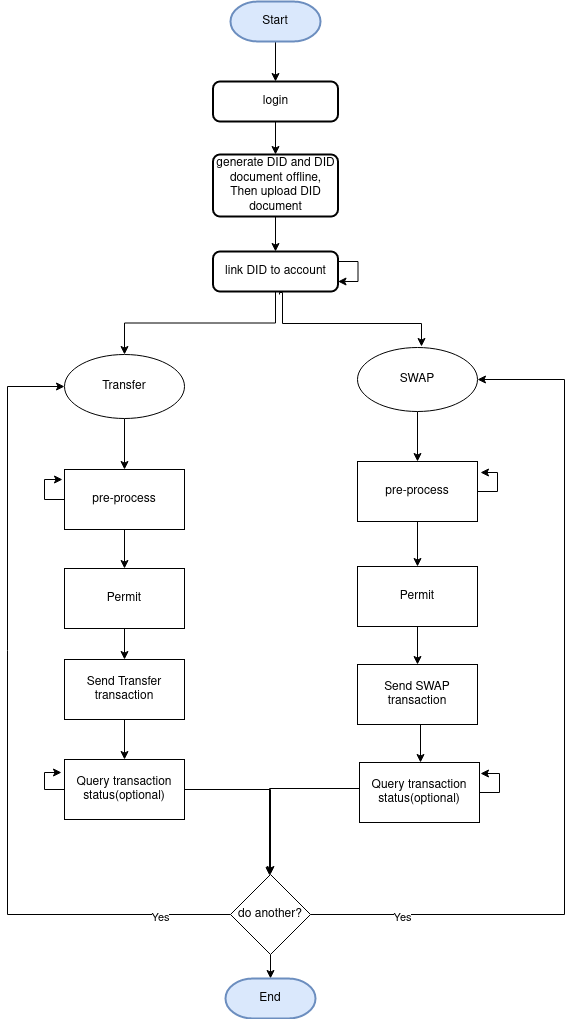
This is media/api_image1.png from UDPN/BN-Sandbox-selfservice-public, a draw.io export, as it was before one commit. Source tidied: cells renumbered, new cells last; positions are measured from the earlier drawing's top-left corner, leaving out a move shared by most shapes.
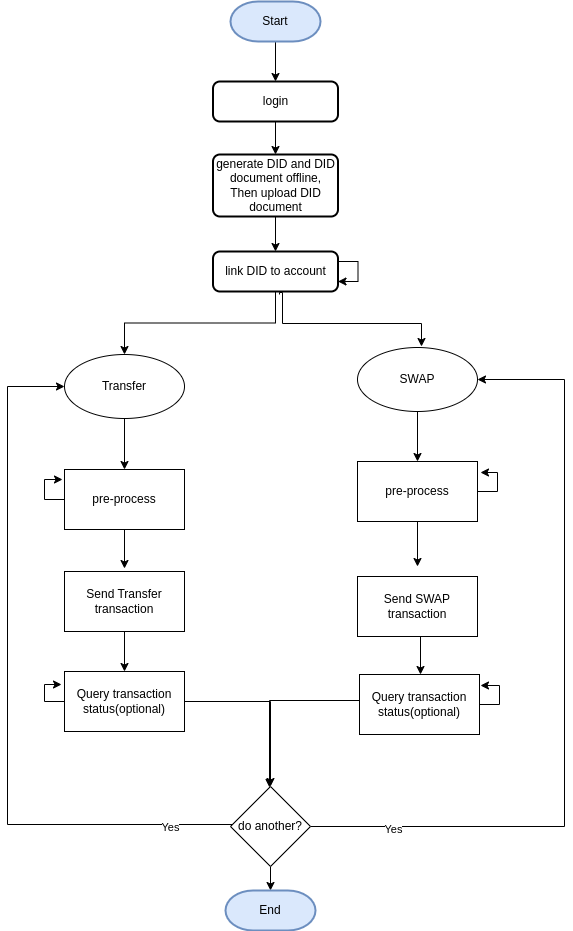
Above is the later version.

Commit message:
permit api is not deperated in current version

Diff of the diagram source:
```diff
@@ -50,8 +50,10 @@
     <mxCell id="14" value="SWAP" style="ellipse;whiteSpace=wrap;html=1;" parent="1" vertex="1">
       <mxGeometry x="350" y="346" width="120" height="64" as="geometry" />
     </mxCell>
-    <mxCell id="15" style="edgeStyle=orthogonalEdgeStyle;rounded=0;jettySize=auto;html=1;entryX=0.5;entryY=0;entryDx=0;entryDy=0;" parent="1" edge="1" source="17" target="22">
-      <mxGeometry relative="1" as="geometry" />
+    <mxCell id="15" style="edgeStyle=orthogonalEdgeStyle;rounded=0;jettySize=auto;html=1;entryX=0.5;entryY=0;entryDx=0;entryDy=0;" parent="1" edge="1" source="17">
+      <mxGeometry relative="1" as="geometry">
+        <mxPoint x="117" y="567" as="targetPoint" />
+      </mxGeometry>
     </mxCell>
     <mxCell id="16" style="edgeStyle=orthogonalEdgeStyle;rounded=0;jettySize=auto;html=1;" parent="1" edge="1" source="17">
       <mxGeometry relative="1" as="geometry">
@@ -61,8 +63,10 @@
     <mxCell id="17" value="pre-process" style="rounded=0;whiteSpace=wrap;html=1;" parent="1" vertex="1">
       <mxGeometry x="57" y="468" width="120" height="60" as="geometry" />
     </mxCell>
-    <mxCell id="18" style="edgeStyle=orthogonalEdgeStyle;rounded=0;jettySize=auto;html=1;entryX=0.5;entryY=0;entryDx=0;entryDy=0;" parent="1" edge="1" source="20" target="24">
-      <mxGeometry relative="1" as="geometry" />
+    <mxCell id="18" style="edgeStyle=orthogonalEdgeStyle;rounded=0;jettySize=auto;html=1;entryX=0.5;entryY=0;entryDx=0;entryDy=0;" parent="1" edge="1" source="20">
+      <mxGeometry relative="1" as="geometry">
+        <mxPoint x="410" y="565" as="targetPoint" />
+      </mxGeometry>
     </mxCell>
     <mxCell id="19" style="edgeStyle=orthogonalEdgeStyle;rounded=0;jettySize=auto;html=1;" parent="1" edge="1" source="20">
       <mxGeometry relative="1" as="geometry">
@@ -72,59 +76,47 @@
     <mxCell id="20" value="pre-process" style="rounded=0;whiteSpace=wrap;html=1;" parent="1" vertex="1">
       <mxGeometry x="350" y="460" width="120" height="60" as="geometry" />
     </mxCell>
-    <mxCell id="21" style="edgeStyle=orthogonalEdgeStyle;rounded=0;jettySize=auto;html=1;entryX=0.5;entryY=0;entryDx=0;entryDy=0;" parent="1" edge="1" source="22" target="26">
-      <mxGeometry relative="1" as="geometry" />
-    </mxCell>
-    <mxCell id="22" value="Permit" style="rounded=0;whiteSpace=wrap;html=1;" parent="1" vertex="1">
-      <mxGeometry x="57" y="567" width="120" height="60" as="geometry" />
-    </mxCell>
-    <mxCell id="23" style="edgeStyle=orthogonalEdgeStyle;rounded=0;jettySize=auto;html=1;entryX=0.5;entryY=0;entryDx=0;entryDy=0;" parent="1" edge="1" source="24" target="28">
-      <mxGeometry relative="1" as="geometry" />
-    </mxCell>
-    <mxCell id="24" value="Permit" style="rounded=0;whiteSpace=wrap;html=1;" parent="1" vertex="1">
-      <mxGeometry x="350" y="565" width="120" height="60" as="geometry" />
-    </mxCell>
     <mxCell id="25" style="edgeStyle=orthogonalEdgeStyle;rounded=0;jettySize=auto;html=1;entryX=0.5;entryY=0;entryDx=0;entryDy=0;" parent="1" edge="1" source="26" target="31">
       <mxGeometry relative="1" as="geometry" />
     </mxCell>
     <mxCell id="26" value="Send Transfer transaction" style="rounded=0;whiteSpace=wrap;html=1;" parent="1" vertex="1">
-      <mxGeometry x="57" y="658" width="120" height="60" as="geometry" />
+      <mxGeometry x="57" y="570" width="120" height="60" as="geometry" />
     </mxCell>
     <mxCell id="27" style="edgeStyle=orthogonalEdgeStyle;rounded=0;orthogonalLoop=1;jettySize=auto;html=1;entryX=0.5;entryY=0;entryDx=0;entryDy=0;" parent="1" edge="1">
       <mxGeometry relative="1" as="geometry">
-        <mxPoint x="409" y="723" as="sourcePoint" />
-        <mxPoint x="413" y="761" as="targetPoint" />
+        <mxPoint x="409" y="635" as="sourcePoint" />
+        <mxPoint x="413" y="673" as="targetPoint" />
       </mxGeometry>
     </mxCell>
     <mxCell id="28" value="Send SWAP transaction" style="rounded=0;whiteSpace=wrap;html=1;" parent="1" vertex="1">
-      <mxGeometry x="350" y="663" width="120" height="60" as="geometry" />
+      <mxGeometry x="350" y="575" width="120" height="60" as="geometry" />
     </mxCell>
     <mxCell id="29" style="edgeStyle=orthogonalEdgeStyle;rounded=0;jettySize=auto;html=1;" parent="1" edge="1" source="31">
       <mxGeometry relative="1" as="geometry">
-        <mxPoint x="54" y="771" as="targetPoint" />
+        <mxPoint x="54" y="683" as="targetPoint" />
       </mxGeometry>
     </mxCell>
     <mxCell id="30" style="edgeStyle=orthogonalEdgeStyle;rounded=0;jettySize=auto;html=1;entryX=0.5;entryY=0;entryDx=0;entryDy=0;" parent="1" edge="1" source="31" target="41">
       <mxGeometry relative="1" as="geometry" />
     </mxCell>
     <mxCell id="31" value="Query transaction status(optional)" style="rounded=0;whiteSpace=wrap;html=1;" parent="1" vertex="1">
-      <mxGeometry x="57" y="758" width="120" height="60" as="geometry" />
+      <mxGeometry x="57" y="670" width="120" height="60" as="geometry" />
     </mxCell>
     <mxCell id="32" style="edgeStyle=orthogonalEdgeStyle;rounded=0;jettySize=auto;html=1;" parent="1" edge="1" source="34">
       <mxGeometry relative="1" as="geometry">
-        <mxPoint x="473" y="772" as="targetPoint" />
+        <mxPoint x="473" y="684" as="targetPoint" />
       </mxGeometry>
     </mxCell>
     <mxCell id="33" style="edgeStyle=orthogonalEdgeStyle;rounded=0;jettySize=auto;html=1;" parent="1" edge="1" source="34">
       <mxGeometry relative="1" as="geometry">
-        <mxPoint x="262" y="874" as="targetPoint" />
+        <mxPoint x="262" y="786" as="targetPoint" />
         <Array as="points">
-          <mxPoint x="262" y="787" />
+          <mxPoint x="262" y="699" />
         </Array>
       </mxGeometry>
     </mxCell>
     <mxCell id="34" value="Query transaction status(optional)" style="rounded=0;whiteSpace=wrap;html=1;" parent="1" vertex="1">
-      <mxGeometry x="352" y="761" width="120" height="60" as="geometry" />
+      <mxGeometry x="352" y="673" width="120" height="60" as="geometry" />
     </mxCell>
     <mxCell id="35" style="edgeStyle=orthogonalEdgeStyle;rounded=0;orthogonalLoop=1;jettySize=auto;html=1;" parent="1" edge="1" source="10" target="10">
       <mxGeometry relative="1" as="geometry" />
@@ -132,7 +124,7 @@
     <mxCell id="36" style="edgeStyle=orthogonalEdgeStyle;rounded=0;jettySize=auto;html=1;entryX=1;entryY=0.5;entryDx=0;entryDy=0;" parent="1" edge="1" source="41" target="14">
       <mxGeometry relative="1" as="geometry">
         <Array as="points">
-          <mxPoint x="557" y="913" />
+          <mxPoint x="557" y="825" />
           <mxPoint x="557" y="378" />
         </Array>
       </mxGeometry>
@@ -143,7 +135,7 @@
     <mxCell id="38" style="edgeStyle=orthogonalEdgeStyle;rounded=0;jettySize=auto;html=1;entryX=0;entryY=0.5;entryDx=0;entryDy=0;" parent="1" edge="1" source="41" target="12">
       <mxGeometry relative="1" as="geometry">
         <Array as="points">
-          <mxPoint y="913" />
+          <mxPoint y="823" />
           <mxPoint y="385" />
         </Array>
       </mxGeometry>
@@ -155,10 +147,10 @@
       <mxGeometry relative="1" as="geometry" />
     </mxCell>
     <mxCell id="41" value="do another?" style="rhombus;whiteSpace=wrap;html=1;" parent="1" vertex="1">
-      <mxGeometry x="223" y="873" width="80" height="80" as="geometry" />
+      <mxGeometry x="223" y="785" width="80" height="80" as="geometry" />
     </mxCell>
     <mxCell id="42" value="End" style="strokeWidth=2;html=1;shape=mxgraph.flowchart.terminator;whiteSpace=wrap;fillColor=#dae8fc;strokeColor=#6c8ebf;" parent="1" vertex="1">
-      <mxGeometry x="218" y="977" width="90" height="40" as="geometry" />
+      <mxGeometry x="218" y="889" width="90" height="40" as="geometry" />
     </mxCell>
   </root>
 </mxGraphModel>
```
